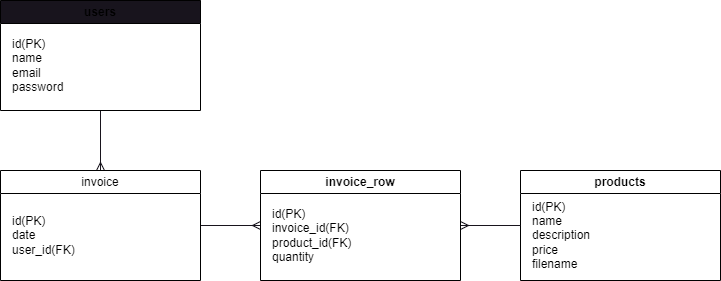
The draw.io diagram Diagrams/webshop_ERD.drawio.png in Dabra720/educom-webshop-database, before a commit. Source tidied: cells renumbered, new cells last; positions are measured from the earlier drawing's top-left corner, leaving out a move shared by most shapes.
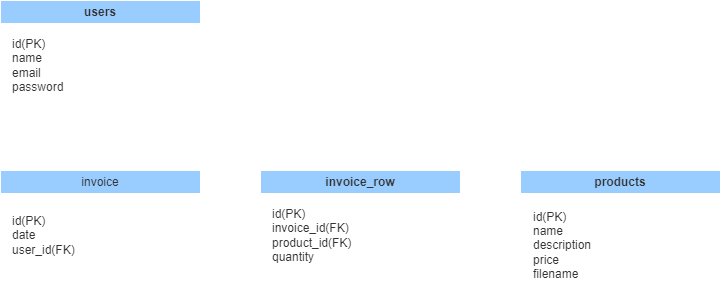
After the commit.

Commit message:
Issue #6 Recolor

What changed in the source:
```diff
@@ -1,38 +1,38 @@
-<mxGraphModel background="#ffffff">
+<mxGraphModel>
   <root>
     <mxCell id="0" />
     <mxCell id="1" parent="0" />
-    <mxCell id="2" style="edgeStyle=none;html=1;entryX=0.5;entryY=0;entryDx=0;entryDy=0;startArrow=none;startFill=0;endArrow=ERmany;endFill=0;strokeColor=#18141D;" parent="1" edge="1" source="3" target="8">
+    <mxCell id="2" style="edgeStyle=none;html=1;entryX=0.5;entryY=0;entryDx=0;entryDy=0;startArrow=none;startFill=0;endArrow=ERmany;endFill=0;strokeColor=#FFFFFF;fillColor=#f5f5f5;" parent="1" edge="1" source="3" target="8">
       <mxGeometry relative="1" as="geometry" />
     </mxCell>
-    <mxCell id="3" value="users" style="swimlane;whiteSpace=wrap;html=1;fillColor=#18141D;swimlaneFillColor=default;" parent="1" vertex="1">
+    <mxCell id="3" value="users" style="swimlane;whiteSpace=wrap;html=1;swimlaneFillColor=#FFFFFF;strokeColor=#FFFFFF;fillColor=#99CCFF;fontColor=#333333;" parent="1" vertex="1">
       <mxGeometry width="200" height="110" as="geometry" />
     </mxCell>
-    <mxCell id="4" value="id(PK)&lt;br&gt;name&lt;br&gt;email&lt;br&gt;password" style="text;html=1;align=left;verticalAlign=middle;strokeColor=none;fillColor=none;" parent="3" vertex="1">
+    <mxCell id="4" value="id(PK)&lt;br&gt;name&lt;br&gt;email&lt;br&gt;password" style="text;html=1;align=left;verticalAlign=middle;strokeColor=#FFFFFF;fillColor=#FFFFFF;fontColor=#333333;swimlaneFillColor=#FFFFFF;" parent="3" vertex="1">
       <mxGeometry x="10" y="30" width="70" height="70" as="geometry" />
     </mxCell>
-    <mxCell id="5" value="products" style="swimlane;whiteSpace=wrap;html=1;swimlaneFillColor=default;" parent="1" vertex="1">
-      <mxGeometry x="520" y="170" width="200" height="110" as="geometry" />
+    <mxCell id="5" value="products" style="swimlane;whiteSpace=wrap;html=1;swimlaneFillColor=#FFFFFF;strokeColor=#FFFFFF;fillColor=#99CCFF;fontColor=#333333;" parent="1" vertex="1">
+      <mxGeometry x="520" y="170" width="200" height="126" as="geometry" />
     </mxCell>
-    <mxCell id="6" value="id(PK)&lt;br&gt;name&lt;br&gt;description&lt;br&gt;price&lt;br&gt;filename" style="text;html=1;align=left;verticalAlign=middle;strokeColor=none;fillColor=none;" parent="5" vertex="1">
-      <mxGeometry x="10" y="20" width="80" height="90" as="geometry" />
+    <mxCell id="6" value="id(PK)&lt;br&gt;name&lt;br&gt;description&lt;br&gt;price&lt;br&gt;filename" style="text;html=1;align=left;verticalAlign=middle;strokeColor=#FFFFFF;fillColor=#FFFFFF;fontColor=#333333;" parent="5" vertex="1">
+      <mxGeometry x="11" y="30" width="80" height="90" as="geometry" />
     </mxCell>
-    <mxCell id="7" style="edgeStyle=none;html=1;entryX=0;entryY=0.5;entryDx=0;entryDy=0;endArrow=ERmany;endFill=0;strokeColor=#18141D;" parent="1" edge="1" source="8" target="11">
+    <mxCell id="7" style="edgeStyle=none;html=1;entryX=0;entryY=0.5;entryDx=0;entryDy=0;endArrow=ERmany;endFill=0;strokeColor=#FFFFFF;fillColor=#f5f5f5;" parent="1" edge="1" source="8" target="11">
       <mxGeometry relative="1" as="geometry" />
     </mxCell>
-    <mxCell id="8" value="invoice" style="swimlane;whiteSpace=wrap;html=1;fontStyle=0;startSize=23;fillColor=default;swimlaneFillColor=default;" parent="1" vertex="1">
+    <mxCell id="8" value="invoice" style="swimlane;whiteSpace=wrap;html=1;fontStyle=0;startSize=23;swimlaneFillColor=#FFFFFF;strokeColor=#FFFFFF;fillColor=#99CCFF;fontColor=#333333;" parent="1" vertex="1">
       <mxGeometry y="170" width="200" height="110" as="geometry" />
     </mxCell>
-    <mxCell id="9" value="id(PK)&lt;br&gt;date&lt;br&gt;user_id(FK)" style="text;html=1;align=left;verticalAlign=middle;strokeColor=none;fillColor=default;" parent="8" vertex="1">
+    <mxCell id="9" value="id(PK)&lt;br&gt;date&lt;br&gt;user_id(FK)" style="text;html=1;align=left;verticalAlign=middle;strokeColor=#FFFFFF;fillColor=#FFFFFF;fontColor=#333333;swimlaneFillColor=#FFFFFF;" parent="8" vertex="1">
       <mxGeometry x="10" y="35" width="90" height="60" as="geometry" />
     </mxCell>
-    <mxCell id="10" style="edgeStyle=none;html=1;entryX=0;entryY=0.5;entryDx=0;entryDy=0;endArrow=none;endFill=0;startArrow=ERmany;startFill=0;strokeColor=#18141D;" parent="1" edge="1" source="11" target="5">
+    <mxCell id="10" style="edgeStyle=none;html=1;entryX=0;entryY=0.5;entryDx=0;entryDy=0;endArrow=none;endFill=0;startArrow=ERmany;startFill=0;strokeColor=#FFFFFF;fillColor=#f5f5f5;" parent="1" edge="1" source="11" target="5">
       <mxGeometry relative="1" as="geometry" />
     </mxCell>
-    <mxCell id="11" value="invoice_row" style="swimlane;whiteSpace=wrap;html=1;swimlaneFillColor=default;" parent="1" vertex="1">
+    <mxCell id="11" value="invoice_row" style="swimlane;whiteSpace=wrap;html=1;swimlaneFillColor=#FFFFFF;fillColor=#99CCFF;fontColor=#333333;strokeColor=#FFFFFF;" parent="1" vertex="1">
       <mxGeometry x="260" y="170" width="200" height="110" as="geometry" />
     </mxCell>
-    <mxCell id="12" value="id(PK)&lt;br&gt;invoice_id(FK)&lt;br&gt;product_id(FK)&lt;br&gt;quantity" style="text;html=1;align=left;verticalAlign=middle;strokeColor=none;fillColor=none;" parent="11" vertex="1">
+    <mxCell id="12" value="id(PK)&lt;br&gt;invoice_id(FK)&lt;br&gt;product_id(FK)&lt;br&gt;quantity" style="text;html=1;align=left;verticalAlign=middle;strokeColor=#FFFFFF;fillColor=#FFFFFF;fontColor=#333333;swimlaneFillColor=#FFFFFF;" parent="11" vertex="1">
       <mxGeometry x="10" y="30" width="100" height="70" as="geometry" />
     </mxCell>
   </root>
```
